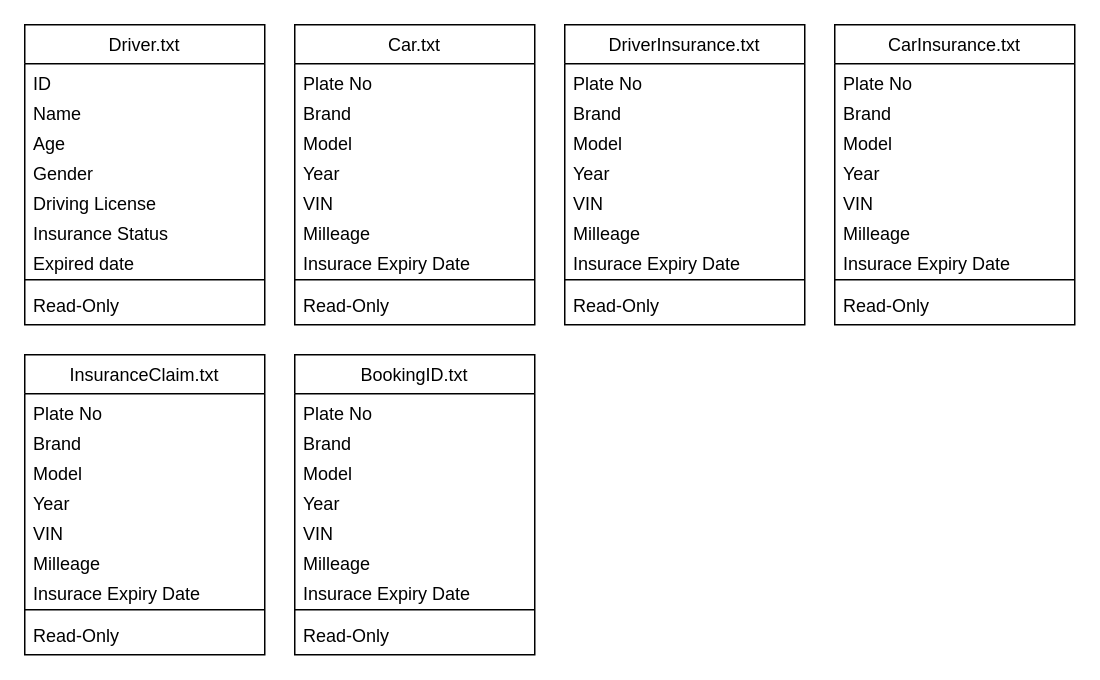
Before: Capstone_Project/Untitled Diagram.drawio in Asyfulazhim/peneraju_machine_learning, a draw.io diagram. Source tidied: cells renumbered, new cells numbered last; positions are measured from the earlier drawing's top-left corner, leaving out a move shared by most shapes. Both pictures are drawn from the tidied source at 150%, with x=0, y=0 at pixel (24, 24).
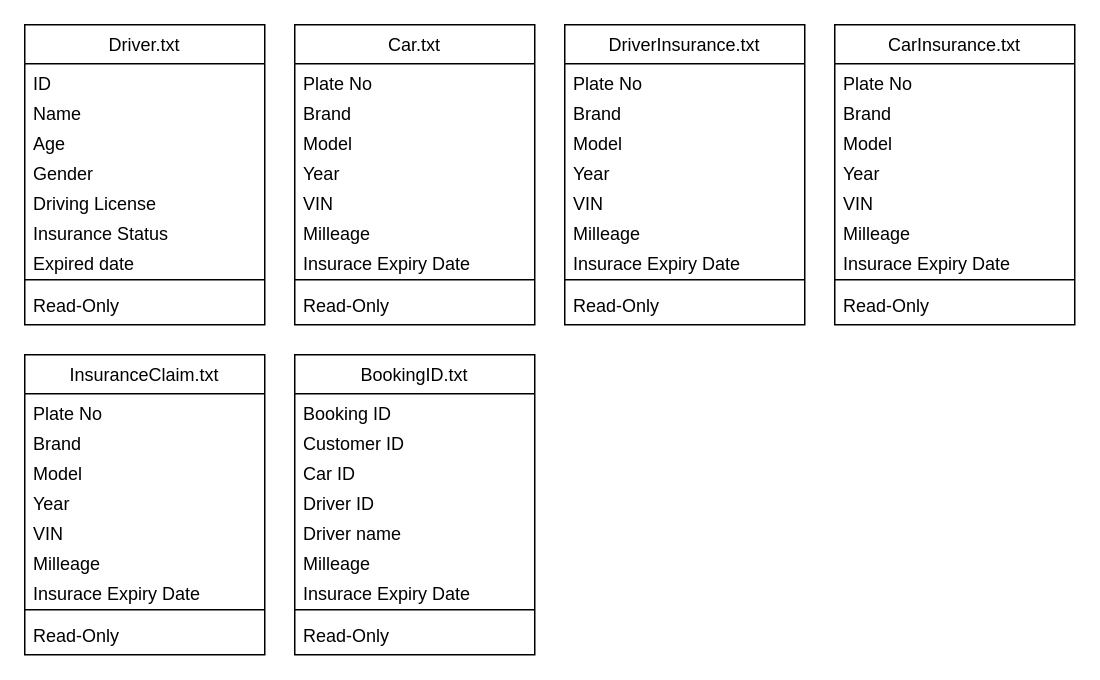
The same page after the edit.

Unchanged cells that the change refers to:
```xml
<mxCell id="52" value="BookingID.txt" style="swimlane;fontStyle=0;align=center;verticalAlign=top;horizontal=1;startSize=26;rounded=0;shadow=0;strokeWidth=1;" parent="1" vertex="1">
  <mxGeometry x="180" y="220" width="160" height="200" as="geometry" />
</mxCell>
```

Change to the diagram source:
```diff
@@
-    <mxCell id="53" value="Plate No" style="text;align=left;verticalAlign=top;spacingLeft=4;spacingRight=4;overflow=hidden;" parent="52" vertex="1">
+    <mxCell id="53" value="Booking ID" style="text;align=left;verticalAlign=top;spacingLeft=4;spacingRight=4;overflow=hidden;" parent="52" vertex="1">
       <mxGeometry y="26" width="160" height="20" as="geometry" />
     </mxCell>
-    <mxCell id="54" value="Brand" style="text;align=left;verticalAlign=top;spacingLeft=4;spacingRight=4;overflow=hidden;" parent="52" vertex="1">
+    <mxCell id="54" value="Customer ID" style="text;align=left;verticalAlign=top;spacingLeft=4;spacingRight=4;overflow=hidden;" parent="52" vertex="1">
       <mxGeometry y="46" width="160" height="20" as="geometry" />
     </mxCell>
-    <mxCell id="55" value="Model" style="text;align=left;verticalAlign=top;spacingLeft=4;spacingRight=4;overflow=hidden;" parent="52" vertex="1">
+    <mxCell id="55" value="Car ID" style="text;align=left;verticalAlign=top;spacingLeft=4;spacingRight=4;overflow=hidden;" parent="52" vertex="1">
       <mxGeometry y="66" width="160" height="20" as="geometry" />
     </mxCell>
+    <mxCell id="57" value="Driver ID" style="text;align=left;verticalAlign=top;spacingLeft=4;spacingRight=4;overflow=hidden;" parent="52" vertex="1">
+      <mxGeometry y="86" width="160" height="20" as="geometry" />
+    </mxCell>
-    <mxCell id="56" value="Year" style="text;align=left;verticalAlign=top;spacingLeft=4;spacingRight=4;overflow=hidden;" parent="52" vertex="1">
-      <mxGeometry y="86" width="160" height="20" as="geometry" />
+    <mxCell id="56" value="Driver name" style="text;align=left;verticalAlign=top;spacingLeft=4;spacingRight=4;overflow=hidden;" parent="52" vertex="1">
+      <mxGeometry y="106" width="160" height="20" as="geometry" />
     </mxCell>
-    <mxCell id="57" value="VIN" style="text;align=left;verticalAlign=top;spacingLeft=4;spacingRight=4;overflow=hidden;" parent="52" vertex="1">
-      <mxGeometry y="106" width="160" height="20" as="geometry" />
-    </mxCell>
```
